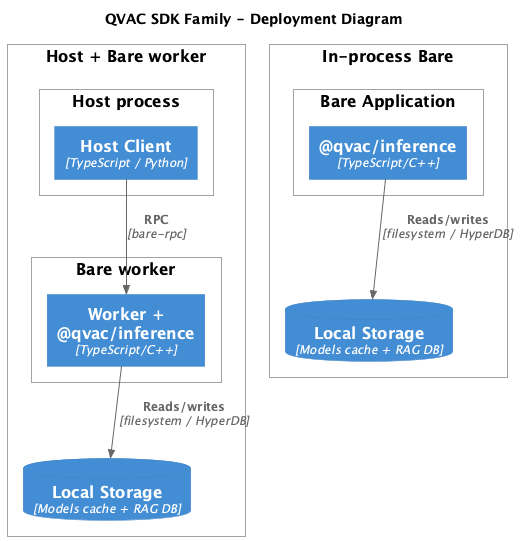
tetherto/qvac keeps this PlantUML diagram as docs/architecture/puml/images/05-deployment.png. Above is the earlier version. Source of this version:
```plantuml
@startuml
!include <C4/C4_Deployment>
HIDE_STEREOTYPE()

title QVAC SDK Family - Deployment Diagram

Deployment_Node(host_worker, "Host + Bare worker") {
    Deployment_Node(host_proc, "Host process") {
        Container(client, "Host Client", "TypeScript / Python")
    }
    Deployment_Node(worker_proc, "Bare worker") {
        Container(worker, "Worker + @qvac/inference", "TypeScript/C++")
    }
    ContainerDb(store_hw, "Local Storage", "Models cache + RAG DB")
}

Deployment_Node(inproc, "In-process Bare") {
    Deployment_Node(bare_app, "Bare Application") {
        Container(engine, "@qvac/inference", "TypeScript/C++")
    }
    ContainerDb(store_ip, "Local Storage", "Models cache + RAG DB")
}

Rel(client, worker, "RPC", "bare-rpc")
Rel(worker, store_hw, "Reads/writes", "filesystem / HyperDB")
Rel(engine, store_ip, "Reads/writes", "filesystem / HyperDB")

@enduml
```
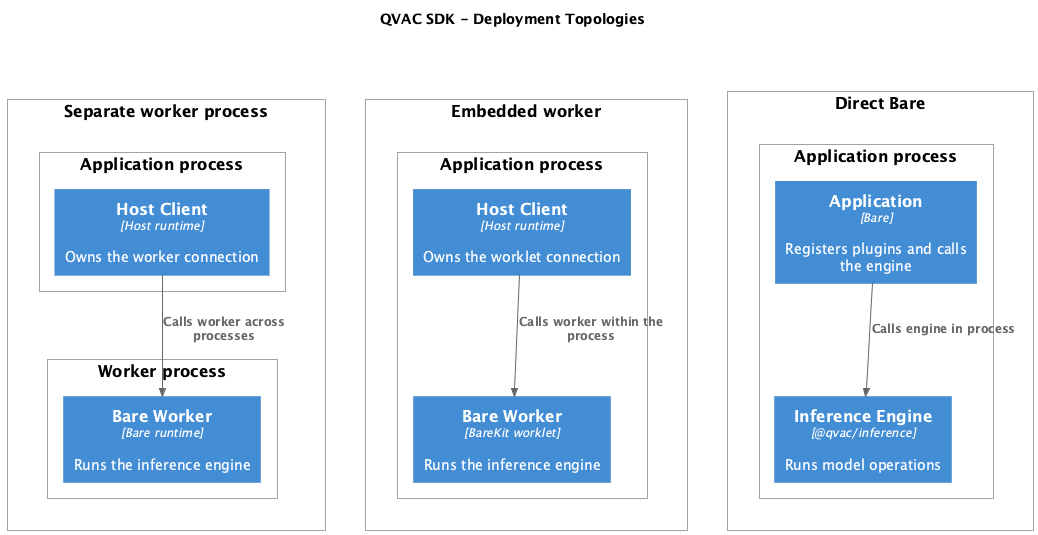
The same diagram one commit later.

Diff of the diagram source:
```diff
@@ -2,27 +2,34 @@
 !include <C4/C4_Deployment>
 HIDE_STEREOTYPE()
 
-title QVAC SDK Family - Deployment Diagram
+title QVAC SDK - Deployment Topologies
 
-Deployment_Node(host_worker, "Host + Bare worker") {
-    Deployment_Node(host_proc, "Host process") {
-        Container(client, "Host Client", "TypeScript / Python")
+Deployment_Node(separate, "Separate worker process") {
+    Deployment_Node(host, "Application process") {
+        Container(hostClient, "Host Client", "Host runtime", "Owns the worker connection")
     }
-    Deployment_Node(worker_proc, "Bare worker") {
-        Container(worker, "Worker + @qvac/inference", "TypeScript/C++")
+    Deployment_Node(workerProcess, "Worker process") {
+        Container(sidecar, "Bare Worker", "Bare runtime", "Runs the inference engine")
     }
-    ContainerDb(store_hw, "Local Storage", "Models cache + RAG DB")
 }
 
-Deployment_Node(inproc, "In-process Bare") {
-    Deployment_Node(bare_app, "Bare Application") {
-        Container(engine, "@qvac/inference", "TypeScript/C++")
+Deployment_Node(embedded, "Embedded worker") {
+    Deployment_Node(app, "Application process") {
+        Container(embeddedClient, "Host Client", "Host runtime", "Owns the worklet connection")
+        Container(worklet, "Bare Worker", "BareKit worklet", "Runs the inference engine")
     }
-    ContainerDb(store_ip, "Local Storage", "Models cache + RAG DB")
 }
 
-Rel(client, worker, "RPC", "bare-rpc")
-Rel(worker, store_hw, "Reads/writes", "filesystem / HyperDB")
-Rel(engine, store_ip, "Reads/writes", "filesystem / HyperDB")
+Deployment_Node(direct, "Direct Bare") {
+    Deployment_Node(bareApp, "Application process") {
+        Container(appCode, "Application", "Bare", "Registers plugins and calls the engine")
+        Container(engine, "Inference Engine", "@qvac/inference", "Runs model operations")
+    }
+}
 
+Rel_D(hostClient, sidecar, "Calls worker across processes")
+Rel_D(embeddedClient, worklet, "Calls worker within the process")
+Rel_D(appCode, engine, "Calls engine in process")
+Lay_R(separate, embedded)
+Lay_R(embedded, direct)
 @enduml
```
